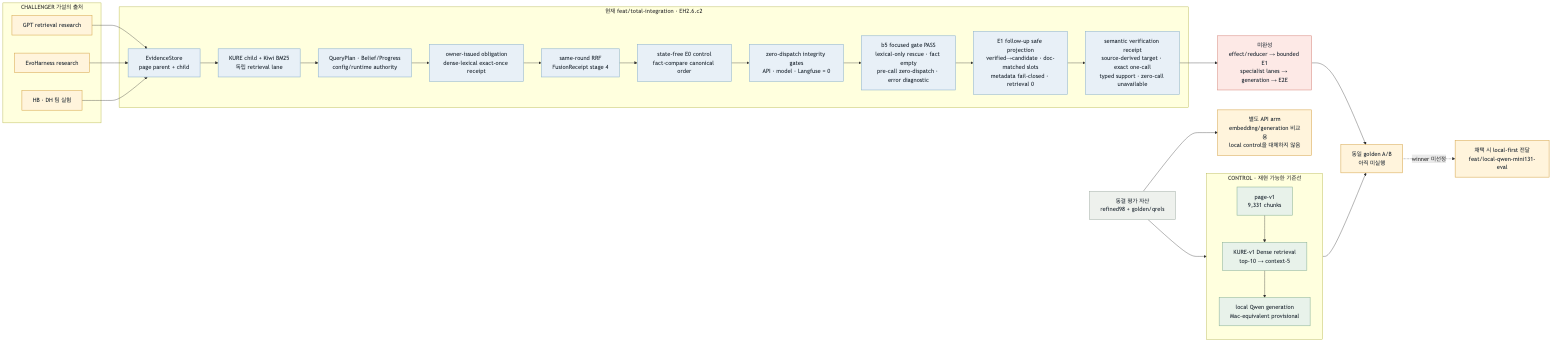
Above: fivecircles/architecture/specs/evidence-harness-progress-current-flow.png in KongSeok/sprint-public-procurement-rag-assistant (Mermaid), before the change. Its source is kept beside it as fivecircles/architecture/specs/evidence-harness-progress-current-flow.mmd.
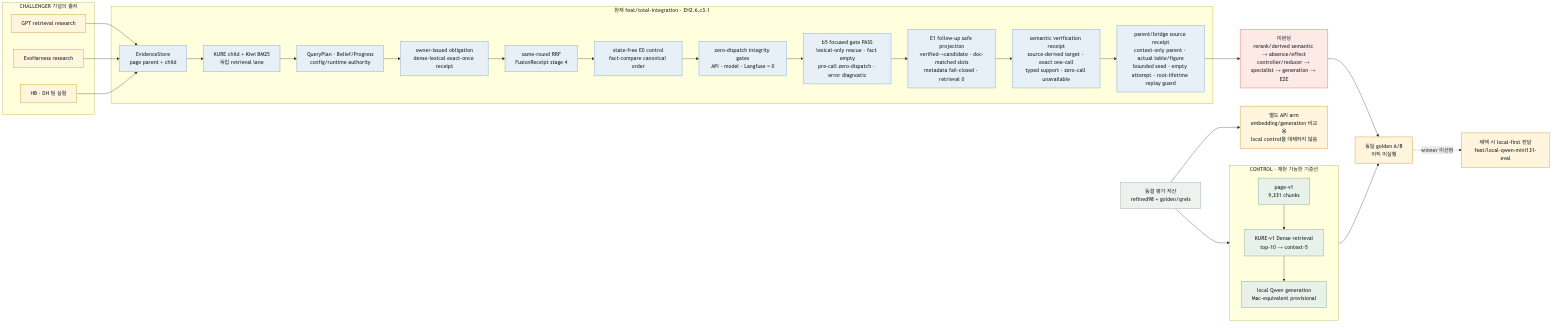
The same diagram one commit later.

What changed in the source:
```diff
@@ -16,7 +16,7 @@
     R3["HB · DH 팀 실험"]
   end
 
-  subgraph BUILD["현재 feat/total-integration · EH2.6.c2"]
+  subgraph BUILD["현재 feat/total-integration · EH2.6.c3.1"]
     C1["EvidenceStore<br/>page parent + child"]
     C2["KURE child + Kiwi BM25<br/>독립 retrieval lane"]
     C3["QueryPlan · Belief/Progress<br/>config/runtime authority"]
@@ -27,10 +27,11 @@
     C8["b5 focused gate PASS<br/>lexical-only rescue · fact empty<br/>pre-call zero-dispatch · error diagnostic"]
     C9["E1 follow-up safe projection<br/>verified→candidate · doc-matched slots<br/>metadata fail-closed · retrieval 0"]
     C10["semantic verification receipt<br/>source-derived target · exact one-call<br/>typed support · zero-call unavailable"]
-    C1 --> C2 --> C3 --> C4 --> C5 --> C6 --> C7 --> C8 --> C9 --> C10
+    C11["parent/bridge source receipt<br/>context-only parent · actual table/figure<br/>bounded seed · empty attempt · root-lifetime replay guard"]
+    C1 --> C2 --> C3 --> C4 --> C5 --> C6 --> C7 --> C8 --> C9 --> C10 --> C11
   end
 
-  GAP["미완성<br/>effect/reducer → bounded E1<br/>specialist lanes → generation → E2E"]
+  GAP["미완성<br/>rerank/derived semantic → absence/effect<br/>controller/reducer → specialist → generation → E2E"]
   SELECT["동일 golden A/B<br/>아직 미실행"]
   LOCAL["채택 시 local-first 전달<br/>feat/local-qwen-mini131-eval"]
 
@@ -39,7 +40,7 @@
   R1 --> C1
   R2 --> C1
   R3 --> C1
-  C10 --> GAP --> SELECT
+  C11 --> GAP --> SELECT
   CONTROL --> SELECT
   SELECT -. "winner 미선정" .-> LOCAL
 
@@ -49,7 +50,7 @@
   classDef red fill:#fde9e6,stroke:#d98e84,color:#1f2933,stroke-width:1.5px
   classDef gray fill:#eef1ed,stroke:#aab5ad,color:#1f2933,stroke-width:1.5px
   class B1,B2,B3 green
-  class C1,C2,C3,C4,C5,C6,C7,C8,C9,C10 blue
+  class C1,C2,C3,C4,C5,C6,C7,C8,C9,C10,C11 blue
   class GOLD gray
   class R1,R2,R3,API amber
   class GAP red
```
